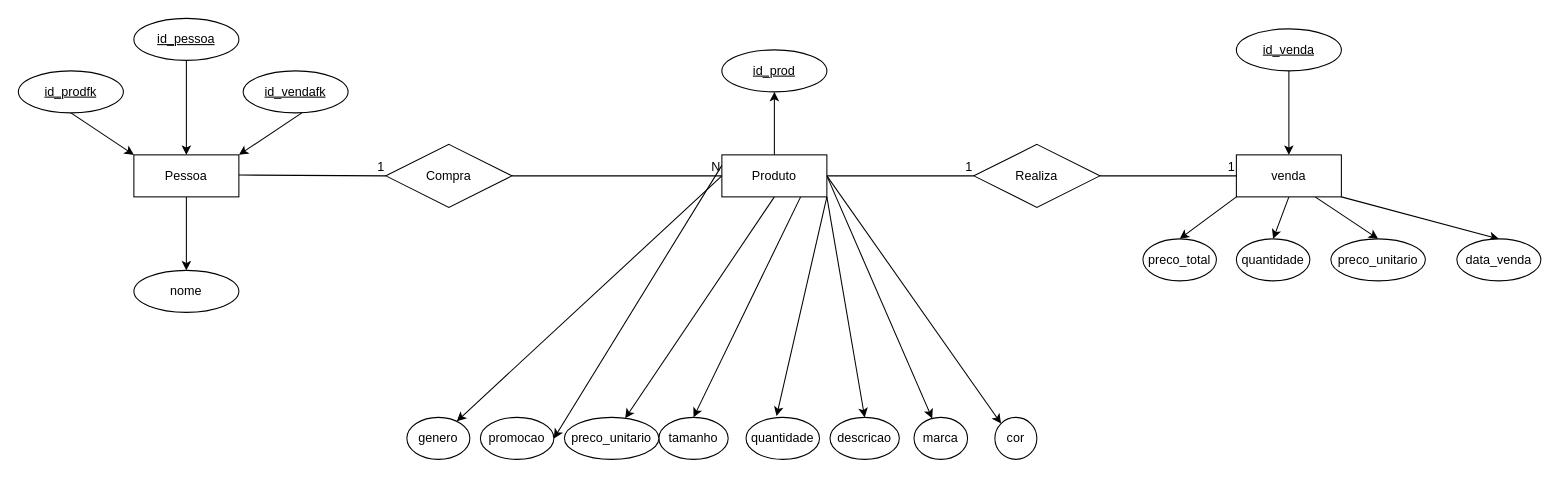
arthurresendes/fashion_stock keeps this draw.io diagram as Programa/banco_dados/Modelagem/fashiodb.drawio. Above is the earlier version. Source tidied: cells renumbered, new cells numbered last; positions are measured from the earlier drawing's top-left corner, leaving out a move shared by most shapes. Both pictures are drawn from the tidied source at 105%, with x=0, y=0 at pixel (18, 18).
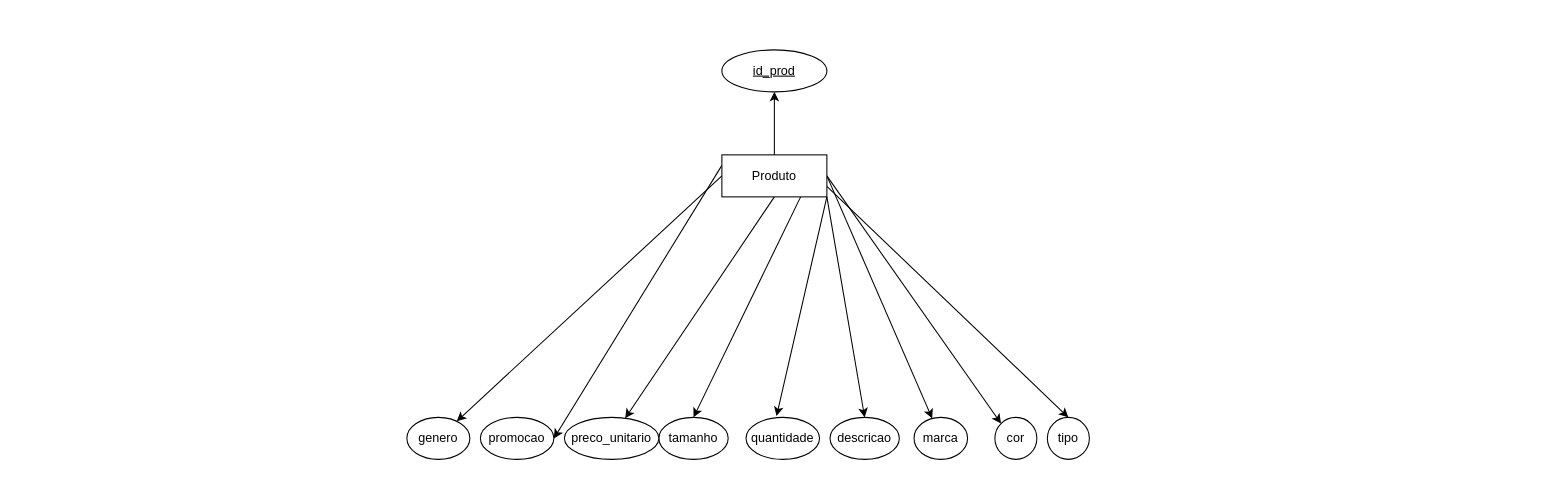
After the change.

The change refers to these unchanged cells:
```xml
<mxCell id="10" value="Produto" style="whiteSpace=wrap;html=1;align=center;" parent="1" vertex="1">
  <mxGeometry x="670" y="130" width="100" height="40" as="geometry" />
</mxCell>
```

What changed in the source:
```diff
@@
+    <mxCell id="51" style="edgeStyle=none;html=1;exitX=1;exitY=0.75;exitDx=0;exitDy=0;entryX=0.5;entryY=0;entryDx=0;entryDy=0;" parent="1" edge="1" source="10" target="52">
+      <mxGeometry relative="1" as="geometry" />
+    </mxCell>
@@
-    <mxCell id="11" style="edgeStyle=none;html=1;exitX=0.5;exitY=1;exitDx=0;exitDy=0;entryX=0.5;entryY=0;entryDx=0;entryDy=0;" parent="1" edge="1" source="12" target="32">
-      <mxGeometry relative="1" as="geometry" />
-    </mxCell>
-    <mxCell id="12" value="Pessoa" style="whiteSpace=wrap;html=1;align=center;" parent="1" vertex="1">
-      <mxGeometry x="110" y="130" width="100" height="40" as="geometry" />
-    </mxCell>
-    <mxCell id="13" style="edgeStyle=none;html=1;exitX=0;exitY=1;exitDx=0;exitDy=0;entryX=0.5;entryY=0;entryDx=0;entryDy=0;" parent="1" edge="1" source="17" target="48">
-      <mxGeometry relative="1" as="geometry" />
-    </mxCell>
-    <mxCell id="14" style="edgeStyle=none;html=1;exitX=0.5;exitY=1;exitDx=0;exitDy=0;entryX=0.5;entryY=0;entryDx=0;entryDy=0;" parent="1" edge="1" source="17" target="45">
-      <mxGeometry relative="1" as="geometry" />
-    </mxCell>
-    <mxCell id="15" style="edgeStyle=none;html=1;exitX=0.75;exitY=1;exitDx=0;exitDy=0;entryX=0.5;entryY=0;entryDx=0;entryDy=0;" parent="1" edge="1" source="17" target="46">
-      <mxGeometry relative="1" as="geometry" />
-    </mxCell>
-    <mxCell id="16" style="edgeStyle=none;html=1;exitX=1;exitY=1;exitDx=0;exitDy=0;entryX=0.5;entryY=0;entryDx=0;entryDy=0;" parent="1" edge="1" source="17" target="47">
-      <mxGeometry relative="1" as="geometry" />
-    </mxCell>
-    <mxCell id="17" value="venda" style="whiteSpace=wrap;html=1;align=center;" parent="1" vertex="1">
-      <mxGeometry x="1160" y="130" width="100" height="40" as="geometry" />
-    </mxCell>
-    <mxCell id="18" value="Compra" style="shape=rhombus;perimeter=rhombusPerimeter;whiteSpace=wrap;html=1;align=center;" parent="1" vertex="1">
-      <mxGeometry x="350" y="120" width="120" height="60" as="geometry" />
-    </mxCell>
-    <mxCell id="19" value="Realiza" style="shape=rhombus;perimeter=rhombusPerimeter;whiteSpace=wrap;html=1;align=center;" parent="1" vertex="1">
-      <mxGeometry x="910" y="120" width="120" height="60" as="geometry" />
-    </mxCell>
-    <mxCell id="20" style="endArrow=none;html=1;rounded=0;" parent="1" edge="1">
-      <mxGeometry relative="1" as="geometry">
-        <mxPoint x="770" y="150" as="sourcePoint" />
-        <mxPoint x="910" y="150" as="targetPoint" />
-      </mxGeometry>
-    </mxCell>
-    <mxCell id="21" value="1" style="html=1;whiteSpace=wrap;align=right;verticalAlign=bottom;" parent="20" vertex="1">
-      <mxGeometry x="1" relative="1" as="geometry" />
-    </mxCell>
-    <mxCell id="22" style="endArrow=none;html=1;rounded=0;entryX=0;entryY=0.5;entryDx=0;entryDy=0;" parent="1" edge="1" target="18">
-      <mxGeometry relative="1" as="geometry">
-        <mxPoint x="210" y="149.2" as="sourcePoint" />
-      </mxGeometry>
-    </mxCell>
-    <mxCell id="23" value="1" style="html=1;whiteSpace=wrap;align=right;verticalAlign=bottom;" parent="22" vertex="1">
-      <mxGeometry x="1" relative="1" as="geometry" />
-    </mxCell>
-    <mxCell id="24" style="endArrow=none;html=1;rounded=0;entryX=0;entryY=0.5;entryDx=0;entryDy=0;" parent="1" edge="1" target="17">
-      <mxGeometry relative="1" as="geometry">
-        <mxPoint x="1030" y="150" as="sourcePoint" />
-      </mxGeometry>
-    </mxCell>
-    <mxCell id="25" value="1" style="html=1;whiteSpace=wrap;align=right;verticalAlign=bottom;" parent="24" vertex="1">
-      <mxGeometry x="1" relative="1" as="geometry" />
-    </mxCell>
@@
-    <mxCell id="28" style="edgeStyle=none;html=1;exitX=0.5;exitY=1;exitDx=0;exitDy=0;entryX=0.5;entryY=0;entryDx=0;entryDy=0;" parent="1" edge="1" source="29" target="12">
-      <mxGeometry relative="1" as="geometry" />
-    </mxCell>
-    <mxCell id="29" value="id_pessoa" style="ellipse;whiteSpace=wrap;html=1;align=center;fontStyle=4;" parent="1" vertex="1">
-      <mxGeometry x="110" width="100" height="40" as="geometry" />
-    </mxCell>
-    <mxCell id="30" style="edgeStyle=none;html=1;exitX=0.5;exitY=1;exitDx=0;exitDy=0;entryX=0.5;entryY=0;entryDx=0;entryDy=0;" parent="1" edge="1" source="31" target="17">
-      <mxGeometry relative="1" as="geometry" />
-    </mxCell>
-    <mxCell id="31" value="id_venda" style="ellipse;whiteSpace=wrap;html=1;align=center;fontStyle=4;" parent="1" vertex="1">
-      <mxGeometry x="1160" y="10" width="100" height="40" as="geometry" />
-    </mxCell>
-    <mxCell id="32" value="nome" style="ellipse;whiteSpace=wrap;html=1;align=center;" parent="1" vertex="1">
-      <mxGeometry x="110" y="240" width="100" height="40" as="geometry" />
-    </mxCell>
@@
-    <mxCell id="41" style="edgeStyle=none;html=1;exitX=0.5;exitY=1;exitDx=0;exitDy=0;entryX=0;entryY=0;entryDx=0;entryDy=0;" parent="1" edge="1" source="42" target="12">
-      <mxGeometry relative="1" as="geometry" />
-    </mxCell>
-    <mxCell id="42" value="id_prodfk" style="ellipse;whiteSpace=wrap;html=1;align=center;fontStyle=4;" parent="1" vertex="1">
-      <mxGeometry y="50" width="100" height="40" as="geometry" />
-    </mxCell>
-    <mxCell id="43" style="edgeStyle=none;html=1;exitX=0.5;exitY=1;exitDx=0;exitDy=0;entryX=1;entryY=0;entryDx=0;entryDy=0;" parent="1" edge="1" target="12">
-      <mxGeometry relative="1" as="geometry">
-        <mxPoint x="270" y="90" as="sourcePoint" />
-      </mxGeometry>
-    </mxCell>
-    <mxCell id="44" value="id_vendafk" style="ellipse;whiteSpace=wrap;html=1;align=center;fontStyle=4;" parent="1" vertex="1">
-      <mxGeometry x="214" y="50" width="100" height="40" as="geometry" />
-    </mxCell>
-    <mxCell id="45" value="quantidade" style="ellipse;whiteSpace=wrap;html=1;align=center;" parent="1" vertex="1">
-      <mxGeometry x="1160" y="210" width="70" height="40" as="geometry" />
-    </mxCell>
-    <mxCell id="46" value="preco_unitario" style="ellipse;whiteSpace=wrap;html=1;align=center;" parent="1" vertex="1">
-      <mxGeometry x="1250" y="210" width="90" height="40" as="geometry" />
-    </mxCell>
-    <mxCell id="47" value="data_venda" style="ellipse;whiteSpace=wrap;html=1;align=center;" parent="1" vertex="1">
-      <mxGeometry x="1370" y="210" width="80" height="40" as="geometry" />
-    </mxCell>
-    <mxCell id="48" value="preco_total" style="ellipse;whiteSpace=wrap;html=1;align=center;" parent="1" vertex="1">
-      <mxGeometry x="1071" y="210" width="70" height="40" as="geometry" />
-    </mxCell>
-    <mxCell id="49" style="endArrow=none;html=1;rounded=0;entryX=0;entryY=0.5;entryDx=0;entryDy=0;" parent="1" edge="1" target="10">
-      <mxGeometry relative="1" as="geometry">
-        <mxPoint x="470" y="150" as="sourcePoint" />
-      </mxGeometry>
-    </mxCell>
-    <mxCell id="50" value="N" style="html=1;whiteSpace=wrap;align=right;verticalAlign=bottom;" parent="49" vertex="1">
-      <mxGeometry x="1" relative="1" as="geometry" />
-    </mxCell>
+    <mxCell id="52" value="tipo" style="ellipse;whiteSpace=wrap;html=1;align=center;" parent="1" vertex="1">
+      <mxGeometry x="980" y="380" width="40" height="40" as="geometry" />
+    </mxCell>
```
